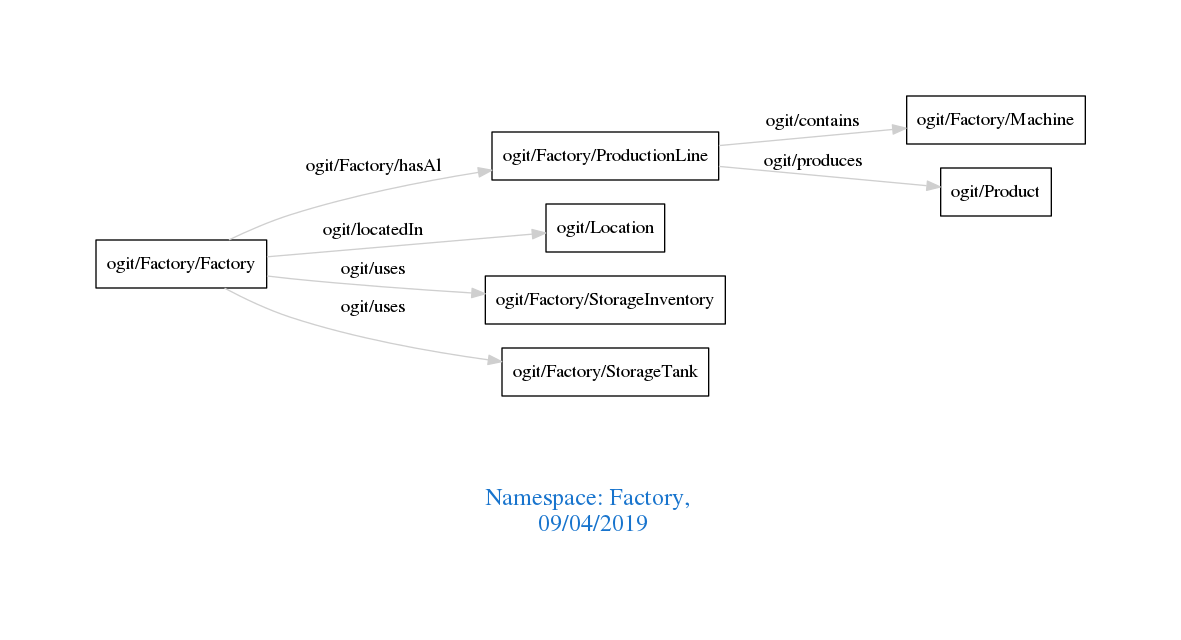
Earlier version of the Graphviz export downloads/Factory.png (arago/OGIT). Its source is kept beside it as downloads/Factory.dot.
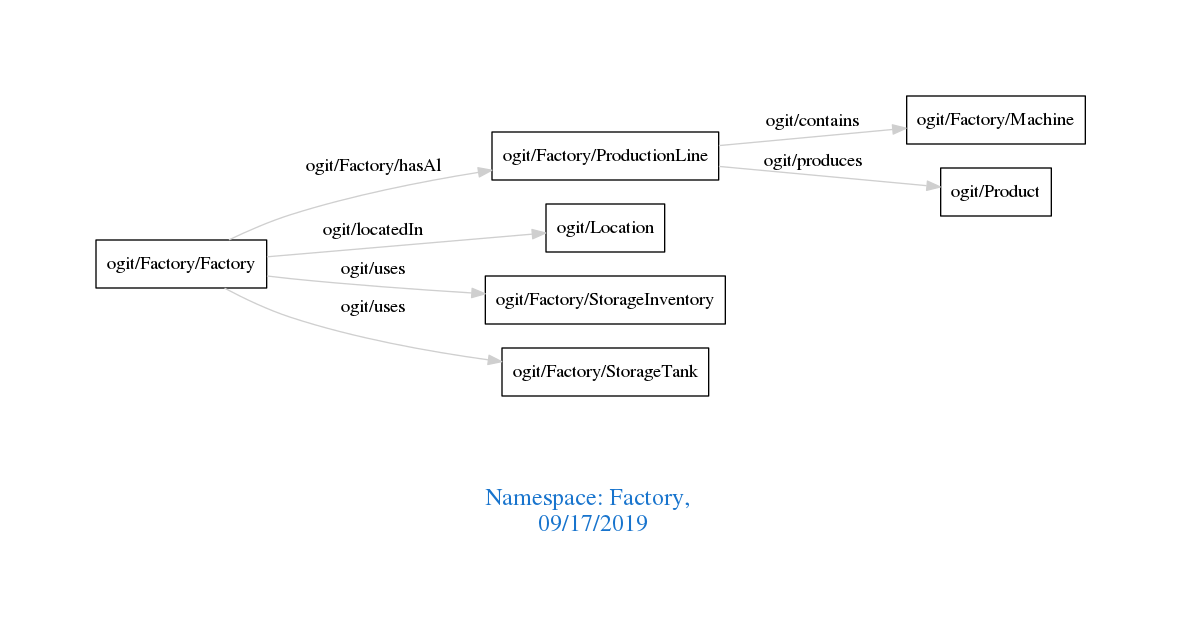
Later version of the same file.

What changed in the source:
```diff
@@ -1,7 +1,7 @@
 digraph OGIT_ontology {
  graph [ rankdir= LR,pad=1
 fontsize = 18,
-fontcolor= dodgerblue3,label = "\n\n\nNamespace: Factory, \n 09/04/2019"];
+fontcolor= dodgerblue3,label = "\n\n\nNamespace: Factory, \n 09/17/2019"];
 node[shape=polygon];
 edge [  color="gray81"];
 
```
